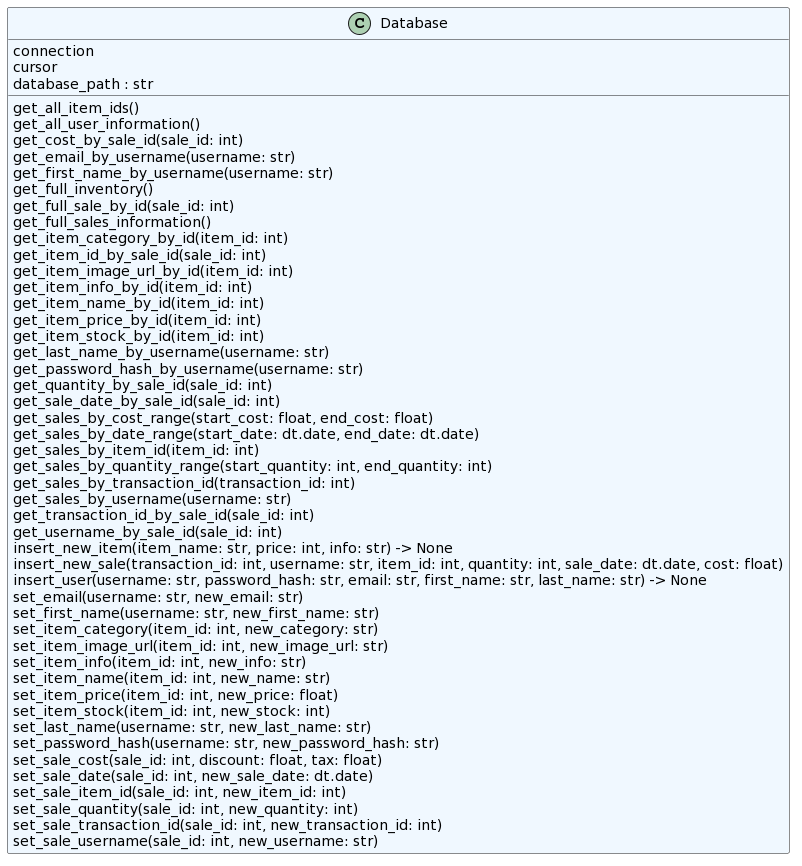
Before: onlineStoreTemplate-main/database/classes.png, a diagram exported from PlantUML (Clackroe/GroupProj-3135).
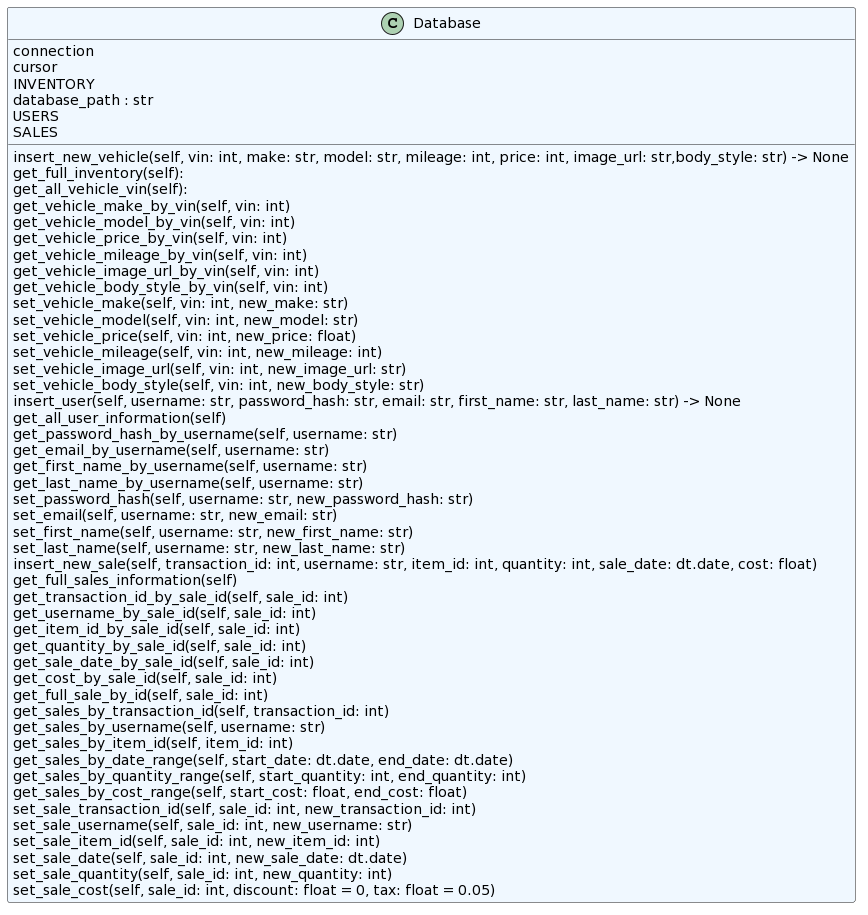
After the commit.

The edit, as a diff of the source:
```diff
@@ -3,52 +3,55 @@
 class "Database" as database.db.Database #aliceblue {
   connection
   cursor
+  INVENTORY
   database_path : str
-  get_all_item_ids()
-  get_all_user_information()
-  get_cost_by_sale_id(sale_id: int)
-  get_email_by_username(username: str)
-  get_first_name_by_username(username: str)
-  get_full_inventory()
-  get_full_sale_by_id(sale_id: int)
-  get_full_sales_information()
-  get_item_category_by_id(item_id: int)
-  get_item_id_by_sale_id(sale_id: int)
-  get_item_image_url_by_id(item_id: int)
-  get_item_info_by_id(item_id: int)
-  get_item_name_by_id(item_id: int)
-  get_item_price_by_id(item_id: int)
-  get_item_stock_by_id(item_id: int)
-  get_last_name_by_username(username: str)
-  get_password_hash_by_username(username: str)
-  get_quantity_by_sale_id(sale_id: int)
-  get_sale_date_by_sale_id(sale_id: int)
-  get_sales_by_cost_range(start_cost: float, end_cost: float)
-  get_sales_by_date_range(start_date: dt.date, end_date: dt.date)
-  get_sales_by_item_id(item_id: int)
-  get_sales_by_quantity_range(start_quantity: int, end_quantity: int)
-  get_sales_by_transaction_id(transaction_id: int)
-  get_sales_by_username(username: str)
-  get_transaction_id_by_sale_id(sale_id: int)
-  get_username_by_sale_id(sale_id: int)
-  insert_new_item(item_name: str, price: int, info: str) -> None
-  insert_new_sale(transaction_id: int, username: str, item_id: int, quantity: int, sale_date: dt.date, cost: float)
-  insert_user(username: str, password_hash: str, email: str, first_name: str, last_name: str) -> None
-  set_email(username: str, new_email: str)
-  set_first_name(username: str, new_first_name: str)
-  set_item_category(item_id: int, new_category: str)
-  set_item_image_url(item_id: int, new_image_url: str)
-  set_item_info(item_id: int, new_info: str)
-  set_item_name(item_id: int, new_name: str)
-  set_item_price(item_id: int, new_price: float)
-  set_item_stock(item_id: int, new_stock: int)
-  set_last_name(username: str, new_last_name: str)
-  set_password_hash(username: str, new_password_hash: str)
-  set_sale_cost(sale_id: int, discount: float, tax: float)
-  set_sale_date(sale_id: int, new_sale_date: dt.date)
-  set_sale_item_id(sale_id: int, new_item_id: int)
-  set_sale_quantity(sale_id: int, new_quantity: int)
-  set_sale_transaction_id(sale_id: int, new_transaction_id: int)
-  set_sale_username(sale_id: int, new_username: str)
+  insert_new_vehicle(self, vin: int, make: str, model: str, mileage: int, price: int, image_url: str,body_style: str) -> None
+  get_full_inventory(self):
+  get_all_vehicle_vin(self):
+  get_vehicle_make_by_vin(self, vin: int)
+  get_vehicle_model_by_vin(self, vin: int)
+  get_vehicle_price_by_vin(self, vin: int)
+  get_vehicle_mileage_by_vin(self, vin: int)
+  get_vehicle_image_url_by_vin(self, vin: int)
+  get_vehicle_body_style_by_vin(self, vin: int)
+  set_vehicle_make(self, vin: int, new_make: str)
+  set_vehicle_model(self, vin: int, new_model: str)
+  set_vehicle_price(self, vin: int, new_price: float)
+  set_vehicle_mileage(self, vin: int, new_mileage: int)
+  set_vehicle_image_url(self, vin: int, new_image_url: str)
+  set_vehicle_body_style(self, vin: int, new_body_style: str)
+  USERS
+  insert_user(self, username: str, password_hash: str, email: str, first_name: str, last_name: str) -> None
+  get_all_user_information(self)
+  get_password_hash_by_username(self, username: str)
+  get_email_by_username(self, username: str)
+  get_first_name_by_username(self, username: str)
+  get_last_name_by_username(self, username: str)
+  set_password_hash(self, username: str, new_password_hash: str)
+  set_email(self, username: str, new_email: str)
+  set_first_name(self, username: str, new_first_name: str)
+  set_last_name(self, username: str, new_last_name: str)
+  SALES
+  insert_new_sale(self, transaction_id: int, username: str, item_id: int, quantity: int, sale_date: dt.date, cost: float)
+  get_full_sales_information(self)
+  get_transaction_id_by_sale_id(self, sale_id: int)
+  get_username_by_sale_id(self, sale_id: int)
+  get_item_id_by_sale_id(self, sale_id: int)
+  get_quantity_by_sale_id(self, sale_id: int)
+  get_sale_date_by_sale_id(self, sale_id: int)
+  get_cost_by_sale_id(self, sale_id: int)
+  get_full_sale_by_id(self, sale_id: int)
+  get_sales_by_transaction_id(self, transaction_id: int)
+  get_sales_by_username(self, username: str)
+  get_sales_by_item_id(self, item_id: int)
+  get_sales_by_date_range(self, start_date: dt.date, end_date: dt.date)
+  get_sales_by_quantity_range(self, start_quantity: int, end_quantity: int)
+  get_sales_by_cost_range(self, start_cost: float, end_cost: float)
+  set_sale_transaction_id(self, sale_id: int, new_transaction_id: int)
+  set_sale_username(self, sale_id: int, new_username: str)
+  set_sale_item_id(self, sale_id: int, new_item_id: int)
+  set_sale_date(self, sale_id: int, new_sale_date: dt.date)
+  set_sale_quantity(self, sale_id: int, new_quantity: int)
+  set_sale_cost(self, sale_id: int, discount: float = 0, tax: float = 0.05)
 }
 @enduml
```
